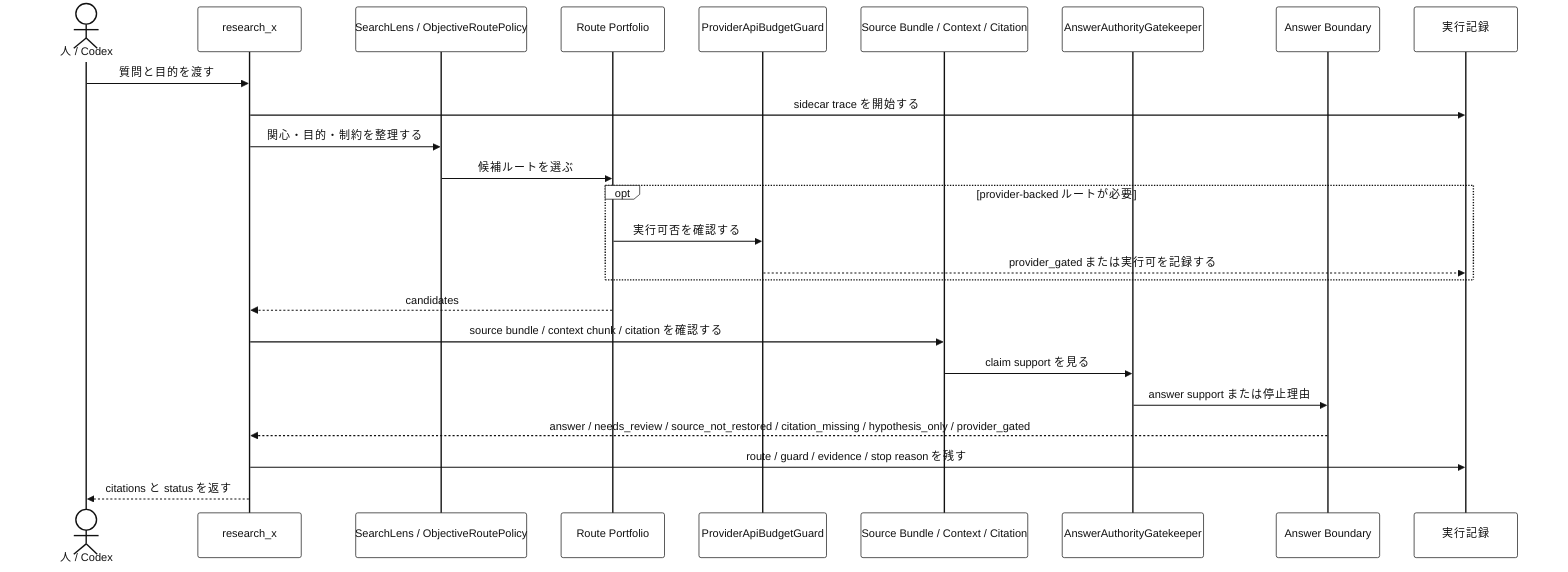
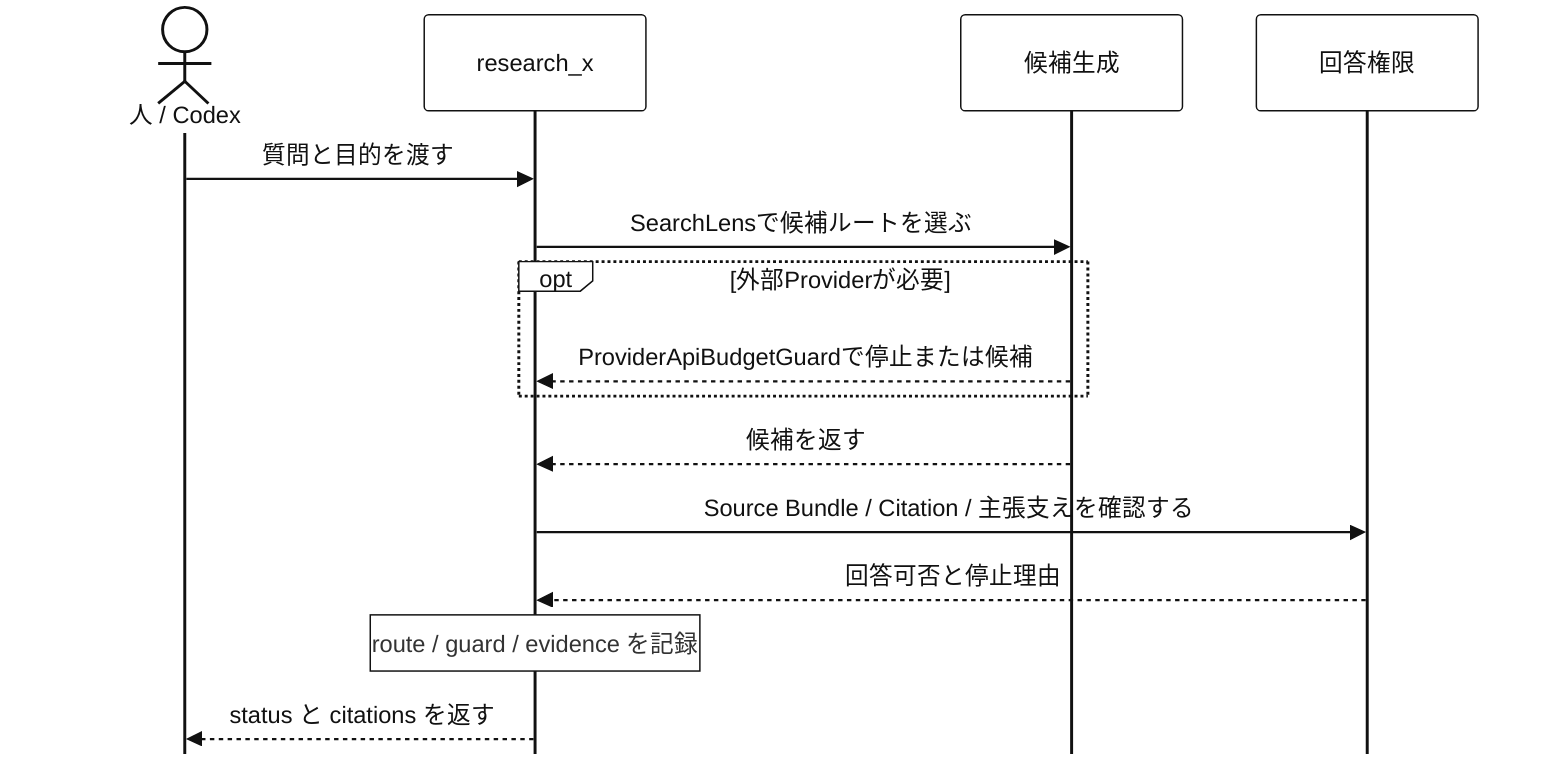
- %%{init: {"theme":"base","themeVariables":{"background":"#ffffff","primaryColor":"#ffffff","primaryBorderColor":"#111111","primaryTextColor":"#111111","secondaryColor":"#ffffff","secondaryBorderColor":"#111111","secondaryTextColor":"#111111","tertiaryColor":"#ffffff","tertiaryBorderColor":"#111111","tertiaryTextColor":"#111111","lineColor":"#111111","textColor":"#111111","mainBkg":"#ffffff","secondBkg":"#ffffff","actorBkg":"#ffffff","actorBorder":"#111111","actorTextColor":"#111111","activationBkgColor":"#ffffff","activationBorderColor":"#111111","noteBkgColor":"#ffffff","noteBorderColor":"#111111","labelBoxBkgColor":"#ffffff","labelBoxBorderColor":"#111111","signalColor":"#111111","signalTextColor":"#111111","loopTextColor":"#111111"}}}%%
+ %%{init: {"theme":"base","sequence":{"mirrorActors":false},"themeVariables":{"background":"#ffffff","primaryColor":"#ffffff","primaryBorderColor":"#111111","primaryTextColor":"#111111","secondaryColor":"#ffffff","secondaryBorderColor":"#111111","secondaryTextColor":"#111111","tertiaryColor":"#ffffff","tertiaryBorderColor":"#111111","tertiaryTextColor":"#111111","lineColor":"#111111","textColor":"#111111","mainBkg":"#ffffff","secondBkg":"#ffffff","actorBkg":"#ffffff","actorBorder":"#111111","actorTextColor":"#111111","activationBkgColor":"#ffffff","activationBorderColor":"#111111","noteBkgColor":"#ffffff","noteBorderColor":"#111111","labelBoxBkgColor":"#ffffff","labelBoxBorderColor":"#111111","signalColor":"#111111","signalTextColor":"#111111","loopTextColor":"#111111"}}}%%
sequenceDiagram
-   %% 現状の1回の memory query シーケンス図: 1回の質問が回答か停止理由になるまでを見る
+   %% 現状の1回の memory query シーケンス図: Mermaid UML sequenceDiagramで相互作用を見る

  actor User as 人 / Codex
  participant RX as research_x
-   participant Policy as SearchLens / ObjectiveRoutePolicy
-   participant Routes as Route Portfolio
-   participant Guard as ProviderApiBudgetGuard
-   participant Evidence as Source Bundle / Context / Citation
-   participant Authority as AnswerAuthorityGatekeeper
-   participant Boundary as Answer Boundary
-   participant Trace as 実行記録
+   participant Route as 候補生成
+   participant Gate as 回答権限

  User->>RX: 質問と目的を渡す
-   RX->>Trace: sidecar trace を開始する
-   RX->>Policy: 関心・目的・制約を整理する
-   Policy->>Routes: 候補ルートを選ぶ
- 
-   opt provider-backed ルートが必要
-     Routes->>Guard: 実行可否を確認する
-     Guard-->>Trace: provider_gated または実行可を記録する
+   RX->>Route: SearchLensで候補ルートを選ぶ
+   opt 外部Providerが必要
+     Route-->>RX: ProviderApiBudgetGuardで停止または候補
  end
- 
-   Routes-->>RX: candidates
-   RX->>Evidence: source bundle / context chunk / citation を確認する
-   Evidence->>Authority: claim support を見る
-   Authority->>Boundary: answer support または停止理由
-   Boundary-->>RX: answer / needs_review / source_not_restored / citation_missing / hypothesis_only / provider_gated
-   RX->>Trace: route / guard / evidence / stop reason を残す
-   RX-->>User: citations と status を返す
+   Route-->>RX: 候補を返す
+   RX->>Gate: Source Bundle / Citation / 主張支えを確認する
+   Gate-->>RX: 回答可否と停止理由
+   Note over RX: route / guard / evidence を記録
+   RX-->>User: status と citations を返す
